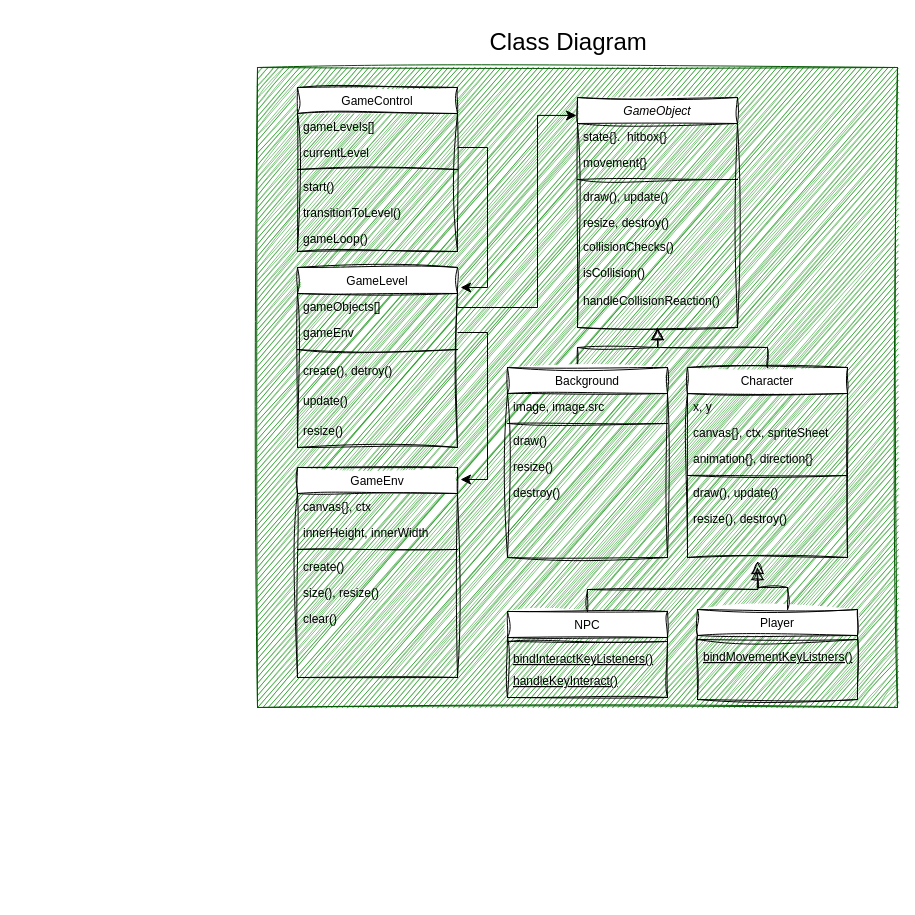
The draw.io diagram design/portfolioDrawio/gameDiagram.drawio in whitelunarium/pages_fork, before the edit. Source tidied: cells renumbered, new cells numbered last; positions are measured from the earlier drawing's top-left corner, leaving out a move shared by most shapes. Both pictures are drawn from the tidied source at 100%, with x=0, y=0 at pixel (257, 17).
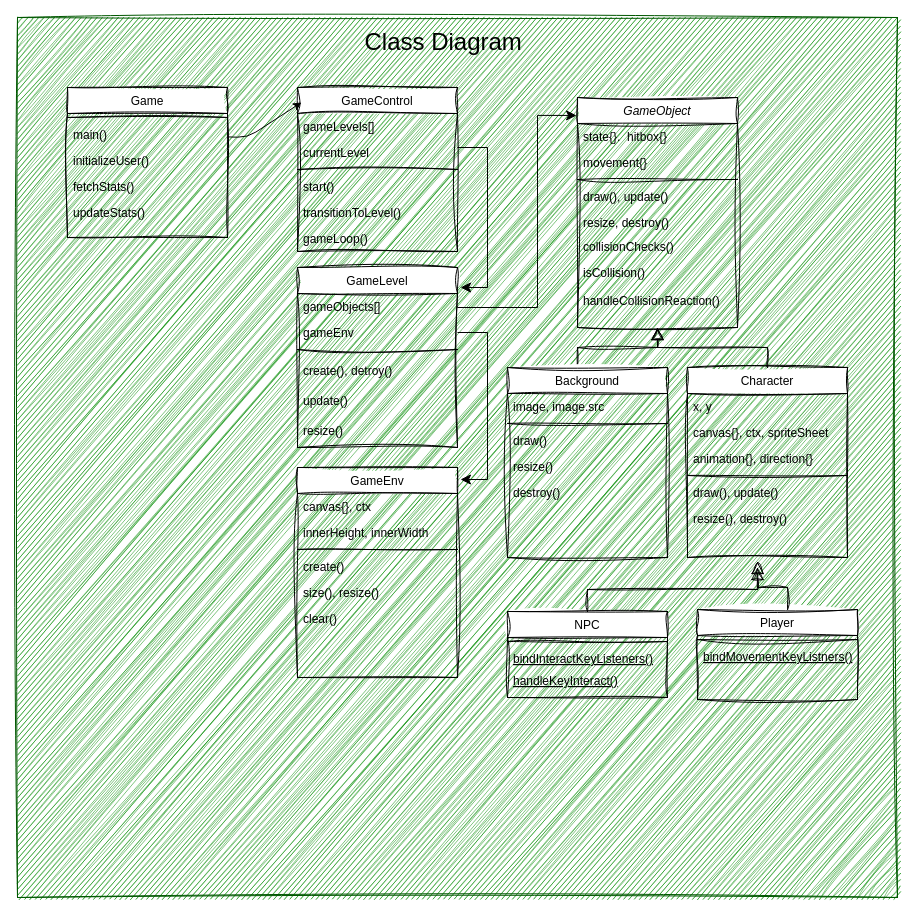
The same page after the edit.

Unchanged cells that the change refers to:
```xml
<mxCell id="20" value="GameControl" style="swimlane;fontStyle=0;align=center;verticalAlign=top;horizontal=1;startSize=26;rounded=0;shadow=0;strokeWidth=1;sketch=1;curveFitting=1;jiggle=2;" parent="1" vertex="1">
  <mxGeometry x="40" y="70" width="160" height="164" as="geometry" />
</mxCell>
```

Change to the diagram source:
```diff
@@
     <mxCell id="2" style="whiteSpace=wrap;html=1;rounded=0;fillColor=#008a00;strokeColor=#005700;fontColor=#ffffff;sketch=1;curveFitting=1;jiggle=2;" parent="1" vertex="1">
-      <mxGeometry y="50" width="640" height="640" as="geometry" />
+      <mxGeometry x="-240" width="880" height="880" as="geometry" />
     </mxCell>
@@
     <mxCell id="60" value="&lt;font style=&quot;font-weight: normal; color: light-dark(rgb(0, 0, 0), rgb(204, 204, 204));&quot;&gt;Class Diagram&amp;nbsp;&lt;/font&gt;" style="text;html=1;fontSize=24;fontStyle=1;verticalAlign=middle;align=center;labelBorderColor=none;labelBackgroundColor=none;rounded=0;" parent="1" vertex="1">
-      <mxGeometry x="189" width="250" height="50" as="geometry" />
+      <mxGeometry x="64" width="250" height="50" as="geometry" />
     </mxCell>
+    <mxCell id="61" value="Game" style="swimlane;fontStyle=0;align=center;verticalAlign=top;horizontal=1;startSize=26;rounded=0;shadow=0;strokeWidth=1;sketch=1;curveFitting=1;jiggle=2;" parent="1" vertex="1">
+      <mxGeometry x="-190" y="70" width="160" height="150" as="geometry" />
+    </mxCell>
+    <mxCell id="62" style="line;html=1;strokeWidth=1;align=left;verticalAlign=middle;spacingTop=-1;spacingLeft=3;spacingRight=3;labelPosition=right;sketch=1;curveFitting=1;jiggle=2;rounded=0;" parent="61" vertex="1">
+      <mxGeometry y="26" width="160" height="8" as="geometry" />
+    </mxCell>
+    <mxCell id="63" value="main()" style="text;align=left;verticalAlign=top;spacingLeft=4;spacingRight=4;overflow=hidden;points=[[0,0.5],[1,0.5]];portConstraint=eastwest;sketch=1;curveFitting=1;jiggle=2;rounded=0;fontColor=light-dark(#000000,#E6E6E6);" parent="61" vertex="1">
+      <mxGeometry y="34" width="160" height="26" as="geometry" />
+    </mxCell>
+    <mxCell id="64" value="initializeUser()" style="text;align=left;verticalAlign=top;spacingLeft=4;spacingRight=4;overflow=hidden;sketch=1;curveFitting=1;jiggle=2;rounded=0;fontColor=light-dark(#000000,#E6E6E6);" parent="61" vertex="1">
+      <mxGeometry y="60" width="160" height="26" as="geometry" />
+    </mxCell>
+    <mxCell id="65" value="fetchStats()" style="text;align=left;verticalAlign=top;spacingLeft=4;spacingRight=4;overflow=hidden;sketch=1;curveFitting=1;jiggle=2;rounded=0;fontColor=light-dark(#000000,#E6E6E6);" parent="61" vertex="1">
+      <mxGeometry y="86" width="160" height="26" as="geometry" />
+    </mxCell>
+    <mxCell id="66" value="updateStats()" style="text;align=left;verticalAlign=top;spacingLeft=4;spacingRight=4;overflow=hidden;sketch=1;curveFitting=1;jiggle=2;rounded=0;fontColor=light-dark(#000000,#E6E6E6);" parent="61" vertex="1">
+      <mxGeometry y="112" width="160" height="26" as="geometry" />
+    </mxCell>
+    <mxCell id="67" style="edgeStyle=none;html=1;entryX=0.025;entryY=0.091;entryDx=0;entryDy=0;entryPerimeter=0;" parent="1" edge="1" source="63" target="20">
+      <mxGeometry relative="1" as="geometry">
+        <Array as="points">
+          <mxPoint x="-10" y="120" />
+        </Array>
+      </mxGeometry>
+    </mxCell>
```
